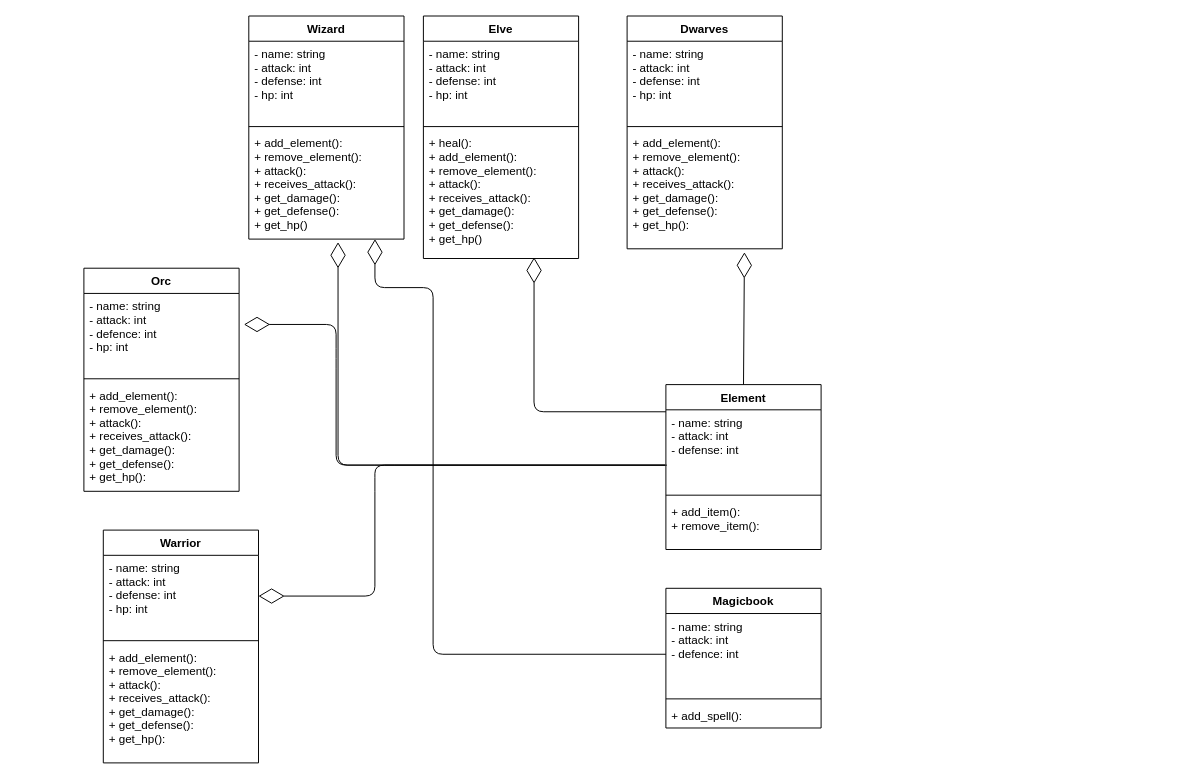
Above: Assets/Diagrama.drawio in PII-Grupo-4/PII_RoleplayGame_1_Start (draw.io), before the change. Source tidied: cells renumbered, new cells numbered last; positions are measured from the earlier drawing's top-left corner, leaving out a move shared by most shapes. Both pictures are drawn from the tidied source at 97%, with x=0, y=0 at pixel (83, 16).
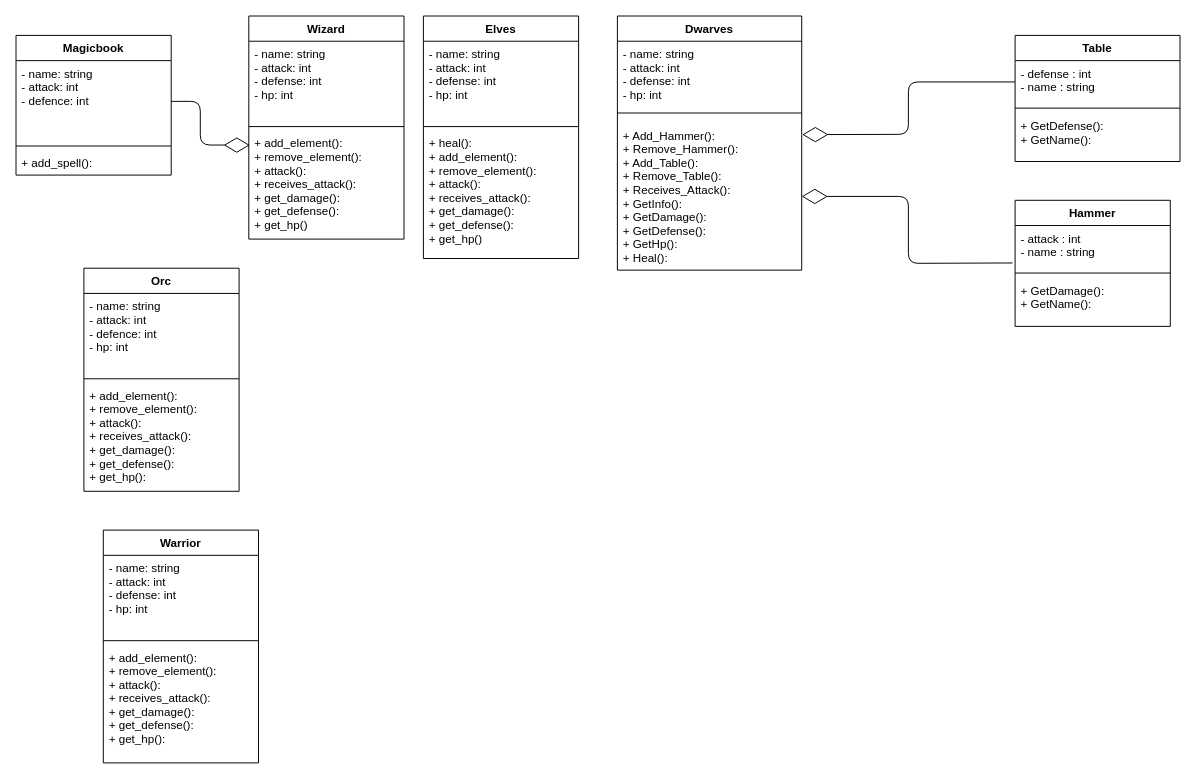
The same page after the edit.

Unchanged cells that the change refers to:
```xml
<mxCell id="5" value="+ add_element():&#10;+ remove_element():&#10;+ attack():&#10;+ receives_attack():&#10;+ get_damage():&#10;+ get_defense():&#10;+ get_hp()" style="text;strokeColor=none;fillColor=none;align=left;verticalAlign=top;spacingLeft=4;spacingRight=4;overflow=hidden;points=[[0,0.5],[1,0.5]];portConstraint=eastwest;" parent="2" vertex="1">
  <mxGeometry y="118" width="160" height="112" as="geometry" />
</mxCell>
<mxCell id="9" value="+ heal(): &#10;+ add_element():&#10;+ remove_element():&#10;+ attack():&#10;+ receives_attack():&#10;+ get_damage():&#10;+ get_defense():&#10;+ get_hp()" style="text;strokeColor=none;fillColor=none;align=left;verticalAlign=top;spacingLeft=4;spacingRight=4;overflow=hidden;points=[[0,0.5],[1,0.5]];portConstraint=eastwest;" parent="6" vertex="1">
  <mxGeometry y="118" width="160" height="132" as="geometry" />
</mxCell>
<mxCell id="15" value="- name: string&#10;- attack: int&#10;- defence: int&#10;- hp: int" style="text;strokeColor=none;fillColor=none;align=left;verticalAlign=top;spacingLeft=4;spacingRight=4;overflow=hidden;points=[[0,0.5],[1,0.5]];portConstraint=eastwest;" parent="14" vertex="1">
  <mxGeometry y="26" width="160" height="84" as="geometry" />
</mxCell>
<mxCell id="19" value="- name: string&#10;- attack: int&#10;- defense: int&#10;- hp: int" style="text;strokeColor=none;fillColor=none;align=left;verticalAlign=top;spacingLeft=4;spacingRight=4;overflow=hidden;points=[[0,0.5],[1,0.5]];portConstraint=eastwest;" parent="18" vertex="1">
  <mxGeometry y="26" width="160" height="84" as="geometry" />
</mxCell>
<mxCell id="27" value="- name: string&#10;- attack: int&#10;- defence: int" style="text;strokeColor=none;fillColor=none;align=left;verticalAlign=top;spacingLeft=4;spacingRight=4;overflow=hidden;points=[[0,0.5],[1,0.5]];portConstraint=eastwest;" parent="26" vertex="1">
  <mxGeometry y="26" width="160" height="84" as="geometry" />
</mxCell>
```

The edit, as a diff of the source:
```diff
@@
-    <mxCell id="6" value="Elve" style="swimlane;fontStyle=1;align=center;verticalAlign=top;horizontal=1;startSize=26;" parent="1" vertex="1">
+    <mxCell id="6" value="Elves" style="swimlane;fontStyle=1;align=center;verticalAlign=top;horizontal=1;startSize=26;" parent="1" vertex="1">
       <mxGeometry x="350" width="160" height="250" as="geometry" />
     </mxCell>
@@
     <mxCell id="10" value="Dwarves&#10;" style="swimlane;fontStyle=1;align=center;verticalAlign=top;horizontal=1;startSize=26;" parent="1" vertex="1">
-      <mxGeometry x="560" width="160" height="240" as="geometry" />
+      <mxGeometry x="550" width="190" height="262" as="geometry" />
     </mxCell>
     <mxCell id="11" value="- name: string&#10;- attack: int&#10;- defense: int&#10;- hp: int" style="text;strokeColor=none;fillColor=none;align=left;verticalAlign=top;spacingLeft=4;spacingRight=4;overflow=hidden;" parent="10" vertex="1">
-      <mxGeometry y="26" width="160" height="84" as="geometry" />
+      <mxGeometry y="26" width="190" height="64" as="geometry" />
     </mxCell>
     <mxCell id="12" style="line;strokeWidth=1;fillColor=none;align=left;verticalAlign=middle;spacingTop=-1;spacingLeft=3;spacingRight=3;labelPosition=right;" parent="10" vertex="1">
-      <mxGeometry y="110" width="160" height="8" as="geometry" />
+      <mxGeometry y="90" width="190" height="20" as="geometry" />
     </mxCell>
-    <mxCell id="13" value="+ add_element():&#10;+ remove_element():&#10;+ attack():&#10;+ receives_attack():&#10;+ get_damage():&#10;+ get_defense():&#10;+ get_hp():" style="text;strokeColor=none;fillColor=none;align=left;verticalAlign=top;spacingLeft=4;spacingRight=4;overflow=hidden;points=[[0,0.5],[1,0.5]];portConstraint=eastwest;" parent="10" vertex="1">
-      <mxGeometry y="118" width="160" height="122" as="geometry" />
+    <mxCell id="13" value="+ Add_Hammer():&#10;+ Remove_Hammer():&#10;+ Add_Table():&#10;+ Remove_Table():&#10;+ Receives_Attack():&#10;+ GetInfo():&#10;+ GetDamage():&#10;+ GetDefense():&#10;+ GetHp():&#10;+ Heal():" style="text;strokeColor=none;fillColor=none;align=left;verticalAlign=top;spacingLeft=4;spacingRight=4;overflow=hidden;points=[[0,0.5],[1,0.5]];portConstraint=eastwest;" parent="10" vertex="1">
+      <mxGeometry y="110" width="190" height="152" as="geometry" />
     </mxCell>
@@
-    <mxCell id="22" value="Element" style="swimlane;fontStyle=1;align=center;verticalAlign=top;horizontal=1;startSize=26;" parent="1" vertex="1">
-      <mxGeometry x="600" y="380" width="160" height="170" as="geometry" />
-    </mxCell>
-    <mxCell id="23" value="- name: string&#10;- attack: int&#10;- defense: int" style="text;strokeColor=none;fillColor=none;align=left;verticalAlign=top;spacingLeft=4;spacingRight=4;overflow=hidden;points=[[0,0.5],[1,0.5]];portConstraint=eastwest;" parent="22" vertex="1">
-      <mxGeometry y="26" width="160" height="84" as="geometry" />
-    </mxCell>
-    <mxCell id="24" style="line;strokeWidth=1;fillColor=none;align=left;verticalAlign=middle;spacingTop=-1;spacingLeft=3;spacingRight=3;labelPosition=right;" parent="22" vertex="1">
-      <mxGeometry y="110" width="160" height="8" as="geometry" />
-    </mxCell>
-    <mxCell id="25" value="+ add_item():&#10;+ remove_item():" style="text;strokeColor=none;fillColor=none;align=left;verticalAlign=top;spacingLeft=4;spacingRight=4;overflow=hidden;" parent="22" vertex="1">
-      <mxGeometry y="118" width="160" height="52" as="geometry" />
-    </mxCell>
     <mxCell id="26" value="Magicbook" style="swimlane;fontStyle=1;align=center;verticalAlign=top;horizontal=1;startSize=26;" parent="1" vertex="1">
-      <mxGeometry x="600" y="590" width="160" height="144" as="geometry" />
+      <mxGeometry x="-70" y="20" width="160" height="144" as="geometry" />
     </mxCell>
@@
-    <mxCell id="30" style="endArrow=diamondThin;endFill=0;endSize=24;html=1;exitX=0.5;exitY=0;exitDx=0;exitDy=0;entryX=0.756;entryY=1.029;entryDx=0;entryDy=0;entryPerimeter=0;" parent="1" edge="1" source="22" target="13">
-      <mxGeometry relative="1" as="geometry" />
+    <mxCell id="30" style="endArrow=diamondThin;endFill=0;endSize=24;html=1;entryX=1.003;entryY=0.081;entryDx=0;entryDy=0;exitX=0;exitY=0.5;exitDx=0;exitDy=0;entryPerimeter=0;" parent="1" edge="1" source="38" target="13">
+      <mxGeometry relative="1" as="geometry">
+        <Array as="points">
+          <mxPoint x="850" y="68" />
+          <mxPoint x="850" y="122" />
+        </Array>
+      </mxGeometry>
     </mxCell>
-    <mxCell id="31" style="endArrow=diamondThin;endFill=0;endSize=24;html=1;exitX=0;exitY=0.024;exitDx=0;exitDy=0;exitPerimeter=0;entryX=0.713;entryY=0.991;entryDx=0;entryDy=0;entryPerimeter=0;" parent="1" edge="1" source="23" target="9">
-      <mxGeometry relative="1" as="geometry">
-        <Array as="points">
-          <mxPoint x="464" y="408" />
-        </Array>
-      </mxGeometry>
-    </mxCell>
-    <mxCell id="32" style="endArrow=diamondThin;endFill=0;endSize=24;html=1;exitX=-0.006;exitY=0.679;exitDx=0;exitDy=0;entryX=0.575;entryY=1.028;entryDx=0;entryDy=0;entryPerimeter=0;exitPerimeter=0;" parent="1" edge="1" source="23" target="5">
-      <mxGeometry relative="1" as="geometry">
-        <Array as="points">
-          <mxPoint x="262" y="463" />
-        </Array>
-      </mxGeometry>
-    </mxCell>
-    <mxCell id="33" style="endArrow=diamondThin;endFill=0;endSize=24;html=1;entryX=1.031;entryY=0.381;entryDx=0;entryDy=0;entryPerimeter=0;exitX=-0.006;exitY=0.679;exitDx=0;exitDy=0;exitPerimeter=0;" parent="1" edge="1" source="23" target="15">
-      <mxGeometry relative="1" as="geometry">
-        <Array as="points">
-          <mxPoint x="310" y="463" />
-          <mxPoint x="260" y="463" />
-          <mxPoint x="260" y="353" />
-          <mxPoint x="260" y="318" />
-        </Array>
-      </mxGeometry>
-    </mxCell>
-    <mxCell id="34" style="endArrow=diamondThin;endFill=0;endSize=24;html=1;exitX=0.006;exitY=0.679;exitDx=0;exitDy=0;exitPerimeter=0;entryX=1;entryY=0.5;entryDx=0;entryDy=0;" parent="1" edge="1" source="23" target="19">
-      <mxGeometry relative="1" as="geometry">
-        <Array as="points">
-          <mxPoint x="300" y="463" />
-          <mxPoint x="300" y="480" />
-          <mxPoint x="300" y="598" />
-        </Array>
-      </mxGeometry>
-    </mxCell>
-    <mxCell id="35" style="endArrow=diamondThin;endFill=0;endSize=24;html=1;exitX=0;exitY=0.5;exitDx=0;exitDy=0;entryX=0.813;entryY=1;entryDx=0;entryDy=0;entryPerimeter=0;" parent="1" edge="1" source="27" target="5">
+    <mxCell id="35" style="endArrow=diamondThin;endFill=0;endSize=24;html=1;exitX=1;exitY=0.5;exitDx=0;exitDy=0;entryX=0.007;entryY=0.135;entryDx=0;entryDy=0;entryPerimeter=0;" parent="1" edge="1" source="27" target="5">
       <mxGeometry relative="1" as="geometry">
         <Array as="points">
-          <mxPoint x="360" y="658" />
-          <mxPoint x="360" y="280" />
-          <mxPoint x="300" y="280" />
+          <mxPoint x="120" y="88" />
+          <mxPoint x="120" y="133" />
         </Array>
       </mxGeometry>
     </mxCell>
+    <mxCell id="36" style="endArrow=diamondThin;endFill=0;endSize=24;html=1;entryX=1;entryY=0.5;entryDx=0;entryDy=0;exitX=-0.017;exitY=0.877;exitDx=0;exitDy=0;exitPerimeter=0;" parent="1" edge="1" source="42" target="13">
+      <mxGeometry relative="1" as="geometry">
+        <Array as="points">
+          <mxPoint x="850" y="255" />
+          <mxPoint x="850" y="186" />
+        </Array>
+      </mxGeometry>
+    </mxCell>
+    <mxCell id="37" value="Table&#10;" style="swimlane;fontStyle=1;align=center;verticalAlign=top;horizontal=1;startSize=26;" parent="1" vertex="1">
+      <mxGeometry x="960" y="20" width="170" height="130" as="geometry" />
+    </mxCell>
+    <mxCell id="38" value="- defense : int&#10;- name : string" style="text;strokeColor=none;fillColor=none;align=left;verticalAlign=top;spacingLeft=4;spacingRight=4;overflow=hidden;points=[[0,0.5],[1,0.5]];portConstraint=eastwest;" parent="37" vertex="1">
+      <mxGeometry y="26" width="170" height="44" as="geometry" />
+    </mxCell>
+    <mxCell id="39" style="line;strokeWidth=1;fillColor=none;align=left;verticalAlign=middle;spacingTop=-1;spacingLeft=3;spacingRight=3;labelPosition=right;" parent="37" vertex="1">
+      <mxGeometry y="70" width="170" height="10" as="geometry" />
+    </mxCell>
+    <mxCell id="40" value="+ GetDefense():&#10;+ GetName():" style="text;strokeColor=none;fillColor=none;align=left;verticalAlign=top;spacingLeft=4;spacingRight=4;overflow=hidden;" parent="37" vertex="1">
+      <mxGeometry y="80" width="170" height="50" as="geometry" />
+    </mxCell>
+    <mxCell id="41" value="Hammer" style="swimlane;fontStyle=1;align=center;verticalAlign=top;horizontal=1;startSize=26;" parent="1" vertex="1">
+      <mxGeometry x="960" y="190" width="160" height="130" as="geometry" />
+    </mxCell>
+    <mxCell id="42" value="- attack : int&#10;- name : string" style="text;strokeColor=none;fillColor=none;align=left;verticalAlign=top;spacingLeft=4;spacingRight=4;overflow=hidden;points=[[0,0.5],[1,0.5]];portConstraint=eastwest;" parent="41" vertex="1">
+      <mxGeometry y="26" width="160" height="44" as="geometry" />
+    </mxCell>
+    <mxCell id="43" style="line;strokeWidth=1;fillColor=none;align=left;verticalAlign=middle;spacingTop=-1;spacingLeft=3;spacingRight=3;labelPosition=right;" parent="41" vertex="1">
+      <mxGeometry y="70" width="160" height="10" as="geometry" />
+    </mxCell>
+    <mxCell id="44" value="+ GetDamage():&#10;+ GetName():" style="text;strokeColor=none;fillColor=none;align=left;verticalAlign=top;spacingLeft=4;spacingRight=4;overflow=hidden;" parent="41" vertex="1">
+      <mxGeometry y="80" width="160" height="50" as="geometry" />
+    </mxCell>
```
